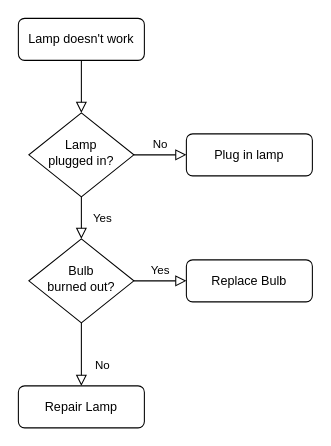
Before: component.drawio in edxuanlen/drawio, a draw.io diagram. Source tidied: cells renumbered, new cells numbered last; positions are measured from the earlier drawing's top-left corner, leaving out a move shared by most shapes. Both pictures are drawn from the tidied source at 105%, with x=0, y=0 at pixel (18, 18).
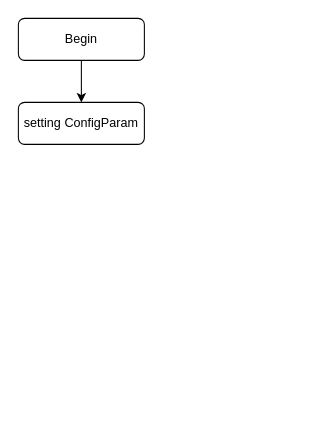
After the change.

Change to the diagram source:
```diff
@@
 <mxGraphModel>
   <root>
     <mxCell id="0" />
     <mxCell id="1" parent="0" />
-    <mxCell id="2" style="rounded=0;html=1;jettySize=auto;fontSize=11;endArrow=block;endFill=0;endSize=8;strokeWidth=1;shadow=0;labelBackgroundColor=none;edgeStyle=orthogonalEdgeStyle;" parent="1" edge="1" source="3" target="6">
-      <mxGeometry relative="1" as="geometry" />
-    </mxCell>
+    <mxCell id="13" style="edgeStyle=orthogonalEdgeStyle;rounded=0;jettySize=auto;html=1;" parent="1" edge="1" source="3" target="14">
+      <mxGeometry relative="1" as="geometry" />
+    </mxCell>
-    <mxCell id="3" value="Lamp doesn't work" style="rounded=1;whiteSpace=wrap;html=1;fontSize=12;glass=0;strokeWidth=1;shadow=0;" parent="1" vertex="1">
+    <mxCell id="3" value="Begin" style="rounded=1;whiteSpace=wrap;html=1;fontSize=12;glass=0;strokeWidth=1;shadow=0;" parent="1" vertex="1">
       <mxGeometry width="120" height="40" as="geometry" />
     </mxCell>
-    <mxCell id="4" value="Yes" style="rounded=0;html=1;jettySize=auto;fontSize=11;endArrow=block;endFill=0;endSize=8;strokeWidth=1;shadow=0;labelBackgroundColor=none;edgeStyle=orthogonalEdgeStyle;" parent="1" edge="1" source="6" target="10">
-      <mxGeometry y="20" relative="1" as="geometry" />
-    </mxCell>
-    <mxCell id="5" value="No" style="edgeStyle=orthogonalEdgeStyle;rounded=0;html=1;jettySize=auto;fontSize=11;endArrow=block;endFill=0;endSize=8;strokeWidth=1;shadow=0;labelBackgroundColor=none;" parent="1" edge="1" source="6" target="7">
-      <mxGeometry y="10" relative="1" as="geometry" />
-    </mxCell>
-    <mxCell id="6" value="Lamp&lt;br&gt;plugged in?" style="rhombus;whiteSpace=wrap;html=1;shadow=0;fontFamily=Helvetica;fontSize=12;align=center;strokeWidth=1;spacing=6;spacingTop=-4;" parent="1" vertex="1">
-      <mxGeometry x="10" y="90" width="100" height="80" as="geometry" />
-    </mxCell>
-    <mxCell id="7" value="Plug in lamp" style="rounded=1;whiteSpace=wrap;html=1;fontSize=12;glass=0;strokeWidth=1;shadow=0;" parent="1" vertex="1">
-      <mxGeometry x="160" y="110" width="120" height="40" as="geometry" />
-    </mxCell>
-    <mxCell id="8" value="No" style="rounded=0;html=1;jettySize=auto;fontSize=11;endArrow=block;endFill=0;endSize=8;strokeWidth=1;shadow=0;labelBackgroundColor=none;edgeStyle=orthogonalEdgeStyle;" parent="1" edge="1" source="10" target="11">
-      <mxGeometry x="0.33" y="20" relative="1" as="geometry" />
-    </mxCell>
-    <mxCell id="9" value="Yes" style="edgeStyle=orthogonalEdgeStyle;rounded=0;html=1;jettySize=auto;fontSize=11;endArrow=block;endFill=0;endSize=8;strokeWidth=1;shadow=0;labelBackgroundColor=none;" parent="1" edge="1" source="10" target="12">
-      <mxGeometry y="10" relative="1" as="geometry" />
-    </mxCell>
-    <mxCell id="10" value="Bulb&lt;br&gt;burned out?" style="rhombus;whiteSpace=wrap;html=1;shadow=0;fontFamily=Helvetica;fontSize=12;align=center;strokeWidth=1;spacing=6;spacingTop=-4;" parent="1" vertex="1">
-      <mxGeometry x="10" y="210" width="100" height="80" as="geometry" />
-    </mxCell>
-    <mxCell id="11" value="Repair Lamp" style="rounded=1;whiteSpace=wrap;html=1;fontSize=12;glass=0;strokeWidth=1;shadow=0;" parent="1" vertex="1">
-      <mxGeometry y="350" width="120" height="40" as="geometry" />
-    </mxCell>
-    <mxCell id="12" value="Replace Bulb" style="rounded=1;whiteSpace=wrap;html=1;fontSize=12;glass=0;strokeWidth=1;shadow=0;" parent="1" vertex="1">
-      <mxGeometry x="160" y="230" width="120" height="40" as="geometry" />
-    </mxCell>
+    <mxCell id="14" value="setting ConfigParam" style="rounded=1;whiteSpace=wrap;html=1;fontSize=12;glass=0;strokeWidth=1;shadow=0;" parent="1" vertex="1">
+      <mxGeometry y="80" width="120" height="40" as="geometry" />
+    </mxCell>
   </root>
 </mxGraphModel>
```
